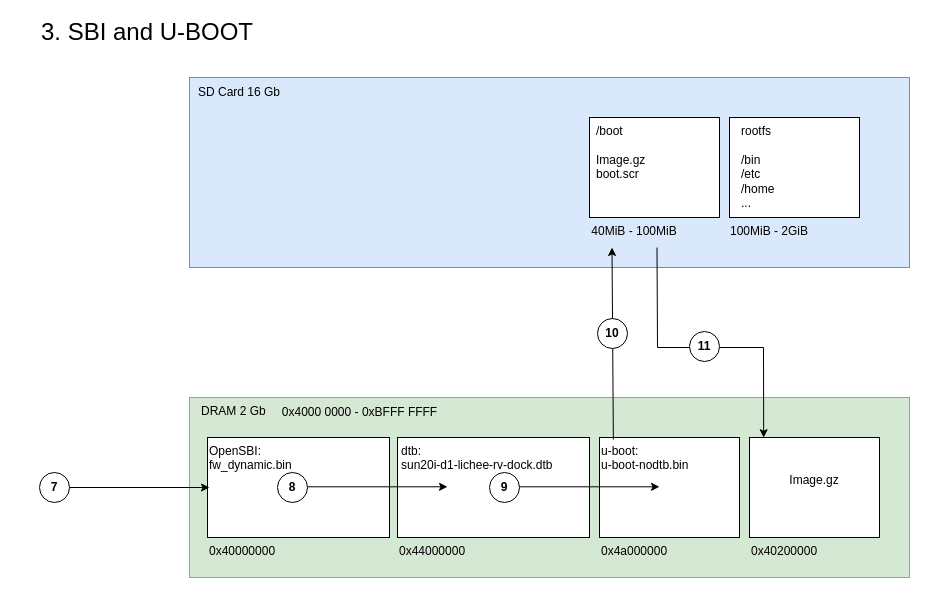
The draw.io diagram documentation/Pics/boot_process_3.drawio in ylyamin/RT-Thread-on-Allwinner-D1H, before the edit. Source tidied: cells renumbered, new cells numbered last; positions are measured from the earlier drawing's top-left corner, leaving out a move shared by most shapes. Both pictures are drawn from the tidied source at 100%, with x=0, y=0 at pixel (17, 17).
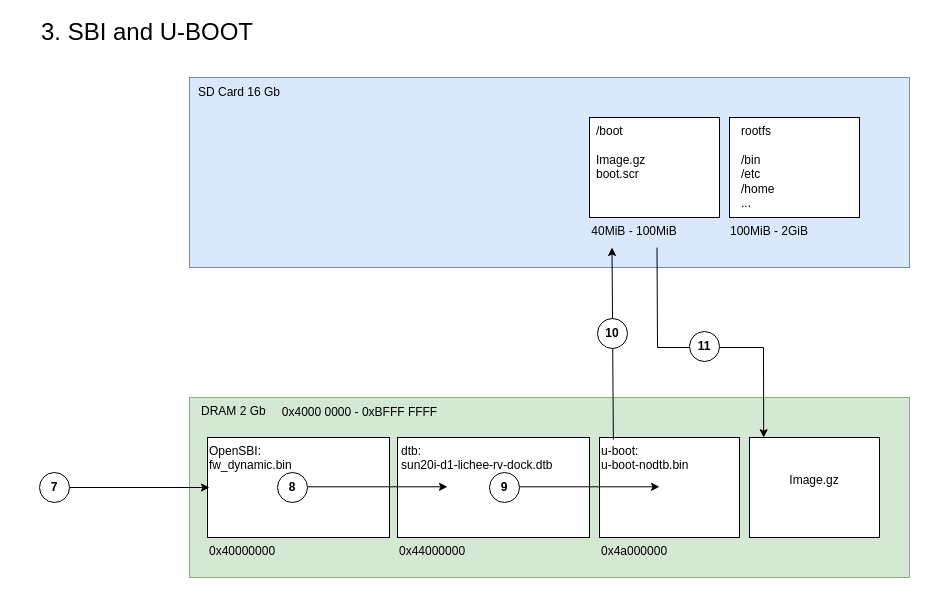
The same page after the edit.

Commit message (it also covers changes not shown here):
improve boot process document

What changed in the source:
```diff
@@
-    <mxCell id="34" value="0x40200000" style="text;whiteSpace=wrap;labelBackgroundColor=none;" parent="1" vertex="1">
-      <mxGeometry x="732" y="520" width="100" height="30" as="geometry" />
-    </mxCell>
```
